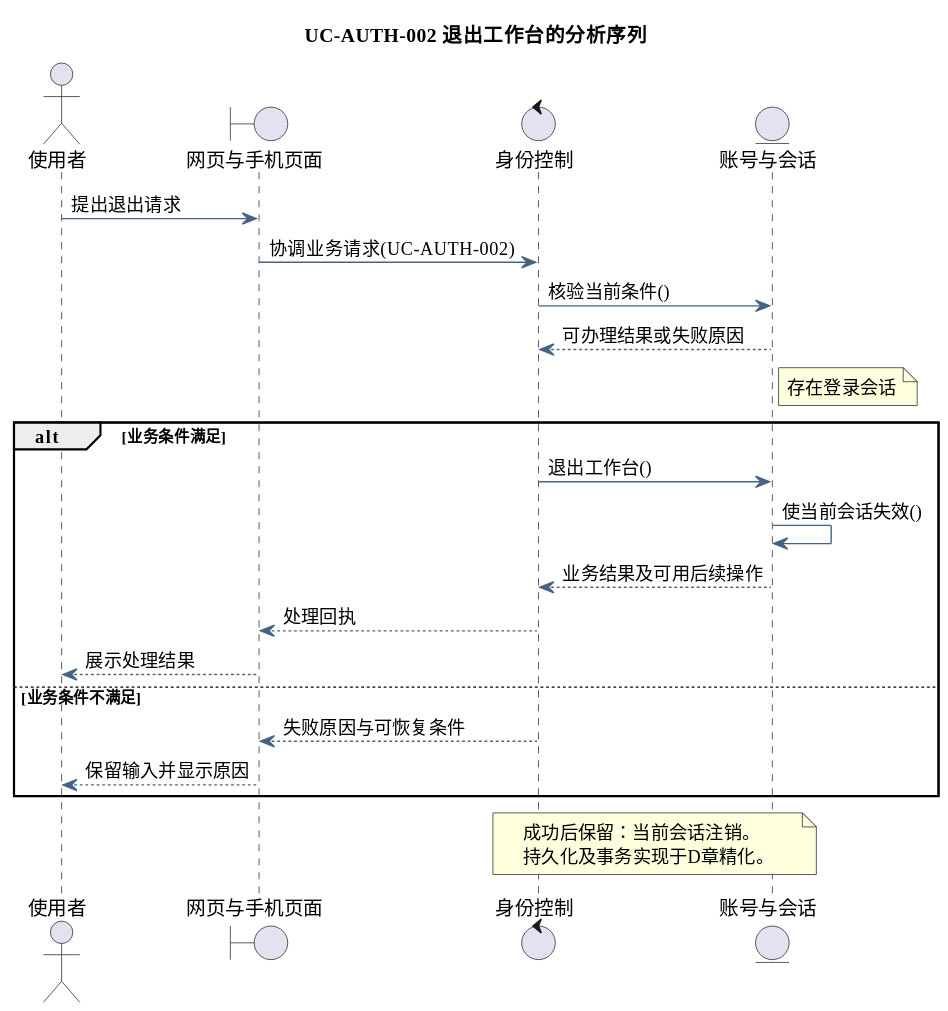
The PlantUML diagram docs/diagrams/analysis/seq-uc-auth-002.svg in tccc1csu/miniprogram-csu, before a commit. The source it was exported from:
```plantuml
@startuml
skinparam defaultFontName Microsoft YaHei
skinparam shadowing false
skinparam backgroundColor #FFFFFF
skinparam ArrowColor #466482
skinparam classAttributeIconSize 0
hide empty members
title UC-AUTH-002 退出工作台的分析序列
actor "使用者" as actor
boundary "网页与手机页面" as page
control "身份控制" as ctl
entity "账号与会话" as model
actor -> page : 提出退出请求
page -> ctl : 协调业务请求(UC-AUTH-002)
ctl -> model : 核验当前条件()
model --> ctl : 可办理结果或失败原因
note right of model
存在登录会话
end note
alt 业务条件满足
ctl -> model : 退出工作台()
model -> model : 使当前会话失效()
model --> ctl : 业务结果及可用后续操作
ctl --> page : 处理回执
page --> actor : 展示处理结果
else 业务条件不满足
ctl --> page : 失败原因与可恢复条件
page --> actor : 保留输入并显示原因
end
note over ctl,model
成功后保留：当前会话注销。
持久化及事务实现于D章精化。
end note
@enduml
```
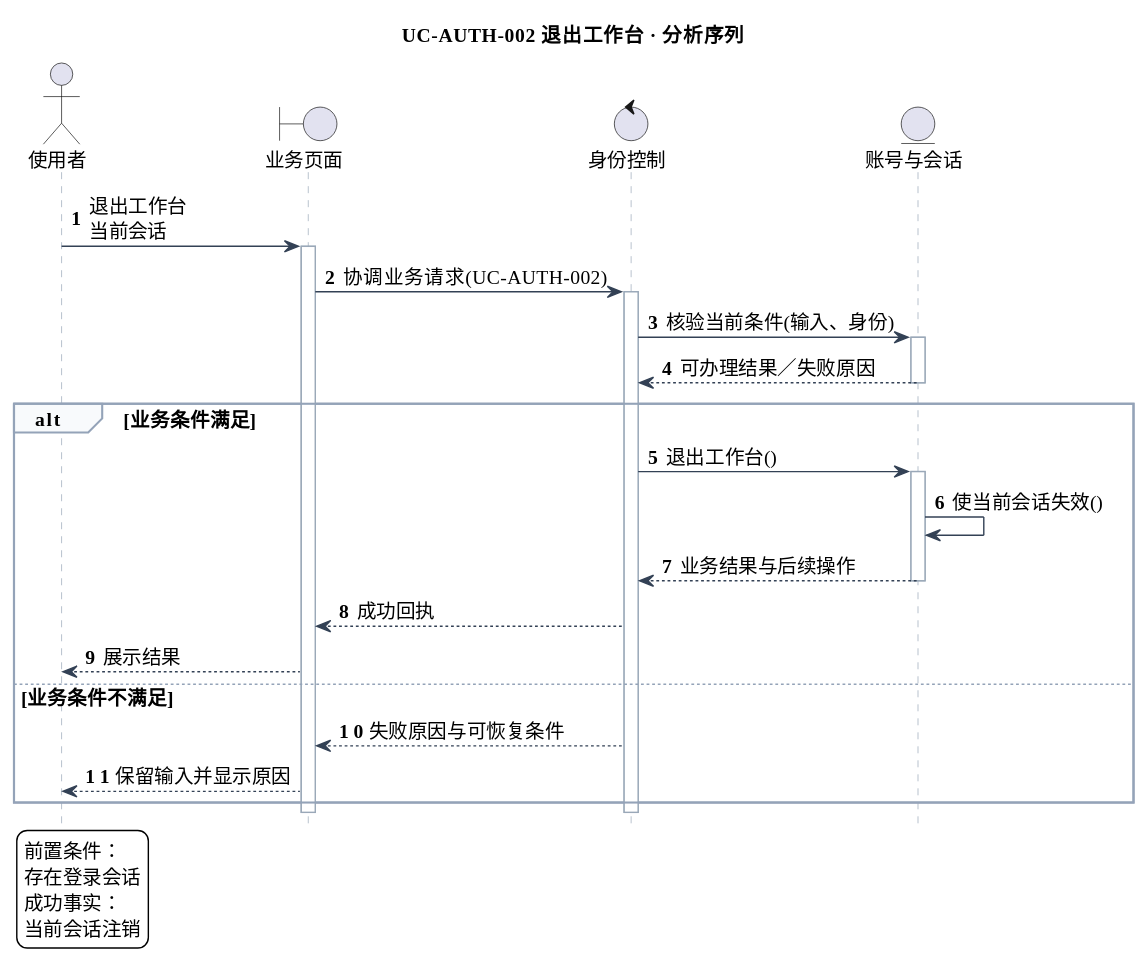
The same diagram one commit later.

Change to the diagram source:
```diff
@@ -5,30 +5,46 @@
 skinparam ArrowColor #466482
 skinparam classAttributeIconSize 0
 hide empty members
-title UC-AUTH-002 退出工作台的分析序列
+skinparam defaultFontSize 14
+skinparam sequenceLifeLineBorderColor #9AA8B8
+skinparam sequenceArrowColor #334155
+skinparam sequenceGroupBorderColor #94A3B8
+skinparam sequenceGroupBackgroundColor #F8FAFC
+skinparam sequenceParticipantPadding 18
+skinparam maxMessageSize 240
+hide footbox
+autonumber
+title UC-AUTH-002 退出工作台 · 分析序列
 actor "使用者" as actor
-boundary "网页与手机页面" as page
+boundary "业务页面" as page
 control "身份控制" as ctl
 entity "账号与会话" as model
-actor -> page : 提出退出请求
+actor -> page : 退出工作台\n当前会话
+activate page
 page -> ctl : 协调业务请求(UC-AUTH-002)
-ctl -> model : 核验当前条件()
-model --> ctl : 可办理结果或失败原因
-note right of model
-存在登录会话
-end note
+activate ctl
+ctl -> model : 核验当前条件(输入、身份)
+activate model
+model --> ctl : 可办理结果／失败原因
+deactivate model
 alt 业务条件满足
 ctl -> model : 退出工作台()
+activate model
 model -> model : 使当前会话失效()
-model --> ctl : 业务结果及可用后续操作
-ctl --> page : 处理回执
-page --> actor : 展示处理结果
+model --> ctl : 业务结果与后续操作
+deactivate model
+ctl --> page : 成功回执
+page --> actor : 展示结果
 else 业务条件不满足
 ctl --> page : 失败原因与可恢复条件
 page --> actor : 保留输入并显示原因
 end
-note over ctl,model
-成功后保留：当前会话注销。
-持久化及事务实现于D章精化。
-end note
+deactivate ctl
+deactivate page
+legend bottom left
+前置条件：
+存在登录会话
+成功事实：
+当前会话注销
+endlegend
 @enduml
```
